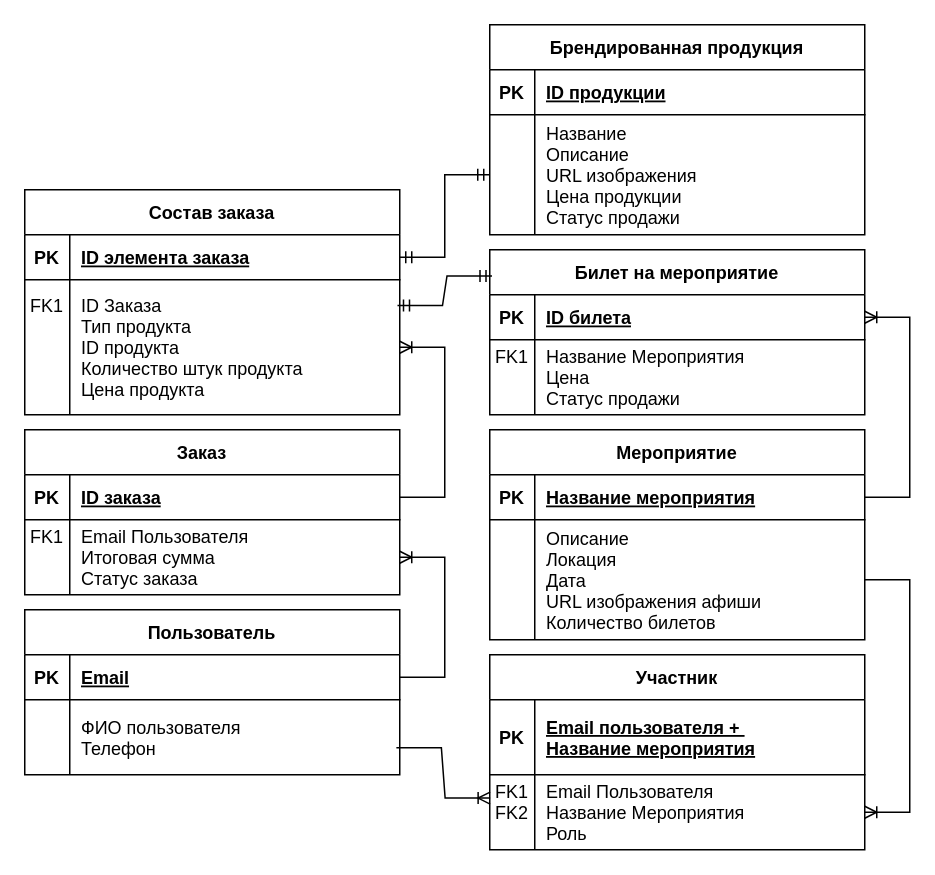
This is martin.drawio from softqwak/ud, a draw.io file, before an edit. Source tidied: cells renumbered, new cells numbered last; positions are measured from the earlier drawing's top-left corner, leaving out a move shared by most shapes. Both pictures are drawn from the tidied source at 150%, with x=0, y=0 at pixel (24, 24).
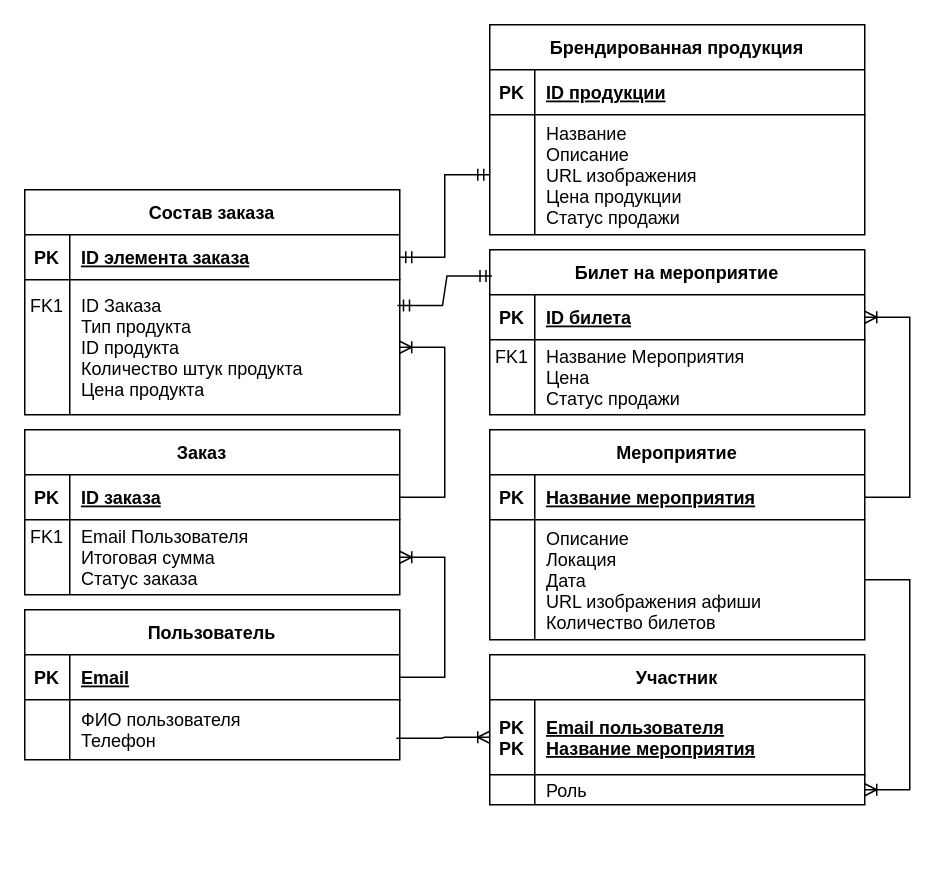
After the change.

The change refers to these unchanged cells:
```xml
<mxCell id="10" style="shape=partialRectangle;fillColor=none;points=[[0,0.5],[1,0.5]];portConstraint=eastwest;top=0;left=0;right=0;bottom=1;" parent="9" vertex="1">
  <mxGeometry y="30" width="250" height="50" as="geometry" />
</mxCell>
```

Diff of the diagram source:
```diff
@@
     <mxCell id="2" value="Пользователь" style="shape=table;startSize=30;childLayout=tableLayout;rowLines=0;fontStyle=1;align=center;" parent="1" vertex="1">
-      <mxGeometry y="390" width="250" height="110" as="geometry" />
+      <mxGeometry y="390" width="250" height="100" as="geometry" />
     </mxCell>
@@
     <mxCell id="6" style="shape=partialRectangle;fillColor=none;points=[[0,0.5],[1,0.5]];portConstraint=eastwest;top=0;left=0;right=0;bottom=0;" parent="2" vertex="1">
-      <mxGeometry y="60" width="250" height="50" as="geometry" />
+      <mxGeometry y="60" width="250" height="40" as="geometry" />
     </mxCell>
     <mxCell id="7" style="shape=partialRectangle;overflow=hidden;fillColor=none;top=0;left=0;bottom=0;right=0;" parent="6" vertex="1">
-      <mxGeometry width="30" height="50" as="geometry" />
+      <mxGeometry width="30" height="40" as="geometry" />
     </mxCell>
     <mxCell id="8" value="ФИО пользователя&#10;Телефон" style="shape=partialRectangle;overflow=hidden;fillColor=none;top=0;left=0;bottom=0;right=0;align=left;spacingLeft=6;" parent="6" vertex="1">
-      <mxGeometry x="30" width="220" height="50" as="geometry" />
+      <mxGeometry x="30" width="220" height="40" as="geometry" />
     </mxCell>
     <mxCell id="9" value="Участник" style="shape=table;startSize=30;childLayout=tableLayout;rowLines=0;fontStyle=1;align=center;" parent="1" vertex="1">
-      <mxGeometry x="310" y="420" width="250" height="130" as="geometry" />
+      <mxGeometry x="310" y="420" width="250" height="100" as="geometry" />
     </mxCell>
@@
-    <mxCell id="11" value="PK" style="shape=partialRectangle;overflow=hidden;fillColor=none;top=0;left=0;bottom=0;right=0;fontStyle=1;" parent="10" vertex="1">
+    <mxCell id="11" value="PK&#10;PK" style="shape=partialRectangle;overflow=hidden;fillColor=none;top=0;left=0;bottom=0;right=0;fontStyle=1;" parent="10" vertex="1">
       <mxGeometry width="30" height="50" as="geometry" />
     </mxCell>
-    <mxCell id="12" value="Email пользователя + &#10;Название мероприятия" style="shape=partialRectangle;overflow=hidden;fillColor=none;top=0;left=0;bottom=0;right=0;align=left;spacingLeft=6;fontStyle=5;" parent="10" vertex="1">
+    <mxCell id="12" value="Email пользователя&#10;Название мероприятия" style="shape=partialRectangle;overflow=hidden;fillColor=none;top=0;left=0;bottom=0;right=0;align=left;spacingLeft=6;fontStyle=5;" parent="10" vertex="1">
       <mxGeometry x="30" width="220" height="50" as="geometry" />
     </mxCell>
     <mxCell id="13" style="shape=partialRectangle;fillColor=none;points=[[0,0.5],[1,0.5]];portConstraint=eastwest;top=0;left=0;right=0;bottom=0;" parent="9" vertex="1">
-      <mxGeometry y="80" width="250" height="50" as="geometry" />
+      <mxGeometry y="80" width="250" height="20" as="geometry" />
     </mxCell>
-    <mxCell id="14" value="FK1&#10;FK2&#10;" style="shape=partialRectangle;overflow=hidden;fillColor=none;top=0;left=0;bottom=0;right=0;" parent="13" vertex="1">
-      <mxGeometry width="30" height="50" as="geometry" />
+    <mxCell id="14" value="&#10;" style="shape=partialRectangle;overflow=hidden;fillColor=none;top=0;left=0;bottom=0;right=0;" parent="13" vertex="1">
+      <mxGeometry width="30" height="20" as="geometry" />
     </mxCell>
-    <mxCell id="15" value="Email Пользователя&#10;Название Мероприятия&#10;Роль" style="shape=partialRectangle;overflow=hidden;fillColor=none;top=0;left=0;bottom=0;right=0;align=left;spacingLeft=6;" parent="13" vertex="1">
-      <mxGeometry x="30" width="220" height="50" as="geometry" />
+    <mxCell id="15" value="Роль" style="shape=partialRectangle;overflow=hidden;fillColor=none;top=0;left=0;bottom=0;right=0;align=left;spacingLeft=6;" parent="13" vertex="1">
+      <mxGeometry x="30" width="220" height="20" as="geometry" />
     </mxCell>
@@
-    <mxCell id="51" style="edgeStyle=entityRelationEdgeStyle;fontSize=12;html=1;endArrow=ERoneToMany;rounded=0;entryX=0.001;entryY=0.311;entryDx=0;entryDy=0;entryPerimeter=0;exitX=0.991;exitY=0.64;exitDx=0;exitDy=0;exitPerimeter=0;" parent="1" edge="1" source="6" target="13">
+    <mxCell id="51" style="edgeStyle=entityRelationEdgeStyle;fontSize=12;html=1;endArrow=ERoneToMany;rounded=0;entryX=0;entryY=0.5;entryDx=0;entryDy=0;exitX=0.991;exitY=0.64;exitDx=0;exitDy=0;exitPerimeter=0;" parent="1" edge="1" source="6" target="10">
       <mxGeometry relative="1" as="geometry" />
     </mxCell>
```
